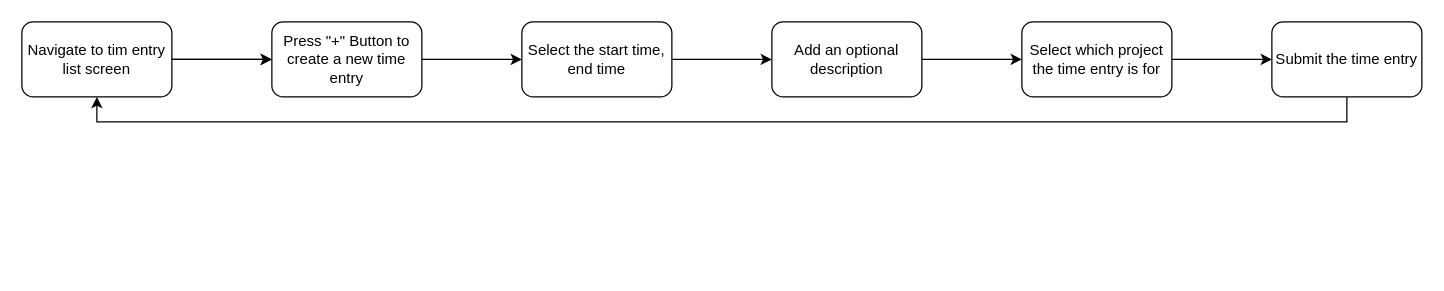
robbeCoded/KMP_Timetracking keeps this draw.io diagram as ux/userflow_new_timeentry.drawio. Above is the earlier version. Source tidied: cells renumbered, new cells numbered last; positions are measured from the earlier drawing's top-left corner, leaving out a move shared by most shapes. Both pictures are drawn from the tidied source at 125%, with x=0, y=0 at pixel (21, 21).
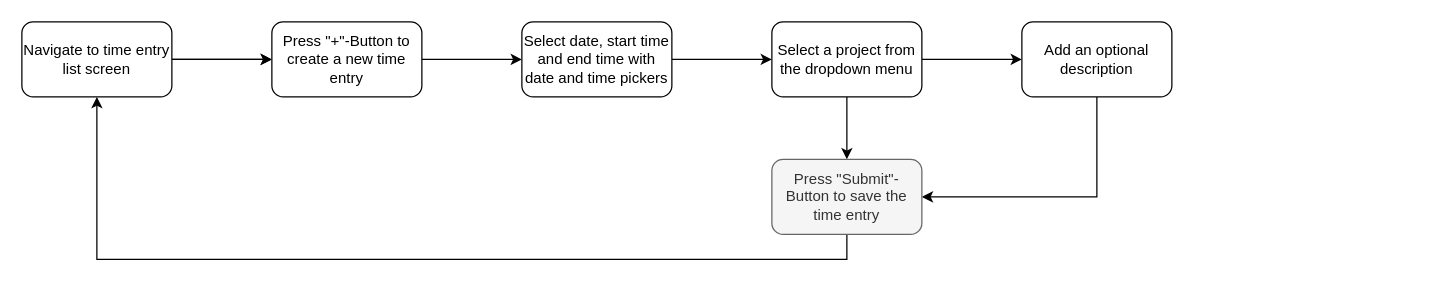
Above is the later version.

What changed in the source:
```diff
@@
 <mxGraphModel>
   <root>
     <mxCell id="0" />
     <mxCell id="1" parent="0" />
     <mxCell id="2" style="edgeStyle=orthogonalEdgeStyle;rounded=0;jettySize=auto;html=1;" parent="1" edge="1" source="4" target="6">
       <mxGeometry relative="1" as="geometry" />
     </mxCell>
     <mxCell id="3" style="edgeStyle=orthogonalEdgeStyle;rounded=0;jettySize=auto;html=1;" parent="1" edge="1" source="4" target="6">
       <mxGeometry relative="1" as="geometry" />
     </mxCell>
-    <mxCell id="4" value="Navigate to tim entry list screen" style="rounded=1;whiteSpace=wrap;html=1;" parent="1" vertex="1">
+    <mxCell id="4" value="Navigate to time entry list screen" style="rounded=1;whiteSpace=wrap;html=1;" parent="1" vertex="1">
       <mxGeometry width="120" height="60" as="geometry" />
     </mxCell>
     <mxCell id="5" style="edgeStyle=orthogonalEdgeStyle;rounded=0;jettySize=auto;html=1;" parent="1" edge="1" source="6" target="8">
       <mxGeometry relative="1" as="geometry" />
     </mxCell>
-    <mxCell id="6" value="Press &quot;+&quot; Button to create a new time entry" style="rounded=1;whiteSpace=wrap;html=1;" parent="1" vertex="1">
+    <mxCell id="6" value="Press &quot;+&quot;-Button to create a new time entry" style="rounded=1;whiteSpace=wrap;html=1;" parent="1" vertex="1">
       <mxGeometry x="200" width="120" height="60" as="geometry" />
     </mxCell>
     <mxCell id="7" style="edgeStyle=orthogonalEdgeStyle;rounded=0;jettySize=auto;html=1;" parent="1" edge="1" source="8" target="10">
       <mxGeometry relative="1" as="geometry" />
     </mxCell>
-    <mxCell id="8" value="Select the start time, end time" style="whiteSpace=wrap;html=1;rounded=1;" parent="1" vertex="1">
+    <mxCell id="8" value="Select date, start time and end time with date and time pickers" style="whiteSpace=wrap;html=1;rounded=1;" parent="1" vertex="1">
       <mxGeometry x="400" width="120" height="60" as="geometry" />
     </mxCell>
     <mxCell id="9" style="edgeStyle=orthogonalEdgeStyle;rounded=0;jettySize=auto;html=1;" parent="1" edge="1" source="10" target="12">
       <mxGeometry relative="1" as="geometry" />
     </mxCell>
+    <mxCell id="15" style="edgeStyle=orthogonalEdgeStyle;rounded=0;jettySize=auto;html=1;" parent="1" edge="1" source="10" target="14">
+      <mxGeometry relative="1" as="geometry" />
+    </mxCell>
-    <mxCell id="10" value="Add an optional description" style="whiteSpace=wrap;html=1;rounded=1;" parent="1" vertex="1">
+    <mxCell id="10" value="Select a project from the dropdown menu" style="whiteSpace=wrap;html=1;rounded=1;" parent="1" vertex="1">
       <mxGeometry x="600" width="120" height="60" as="geometry" />
     </mxCell>
     <mxCell id="11" style="edgeStyle=orthogonalEdgeStyle;rounded=0;jettySize=auto;html=1;" parent="1" edge="1" source="12" target="14">
-      <mxGeometry relative="1" as="geometry" />
+      <mxGeometry relative="1" as="geometry">
+        <Array as="points">
+          <mxPoint x="860" y="140" />
+        </Array>
+      </mxGeometry>
     </mxCell>
-    <mxCell id="12" value="Select which project the time entry is for" style="whiteSpace=wrap;html=1;rounded=1;" parent="1" vertex="1">
+    <mxCell id="12" value="Add an optional description" style="whiteSpace=wrap;html=1;rounded=1;" parent="1" vertex="1">
       <mxGeometry x="800" width="120" height="60" as="geometry" />
     </mxCell>
     <mxCell id="13" style="edgeStyle=orthogonalEdgeStyle;rounded=0;jettySize=auto;html=1;exitX=0.5;exitY=1;exitDx=0;exitDy=0;entryX=0.5;entryY=1;entryDx=0;entryDy=0;" parent="1" edge="1" source="14" target="4">
       <mxGeometry relative="1" as="geometry" />
     </mxCell>
-    <mxCell id="14" value="Submit the time entry" style="whiteSpace=wrap;html=1;rounded=1;" parent="1" vertex="1">
-      <mxGeometry x="1000" width="120" height="60" as="geometry" />
+    <mxCell id="14" value="Press &quot;Submit&quot;-Button to save the time entry" style="whiteSpace=wrap;html=1;rounded=1;fillColor=#f5f5f5;fontColor=#333333;strokeColor=#666666;" parent="1" vertex="1">
+      <mxGeometry x="600" y="110" width="120" height="60" as="geometry" />
     </mxCell>
   </root>
 </mxGraphModel>
```
